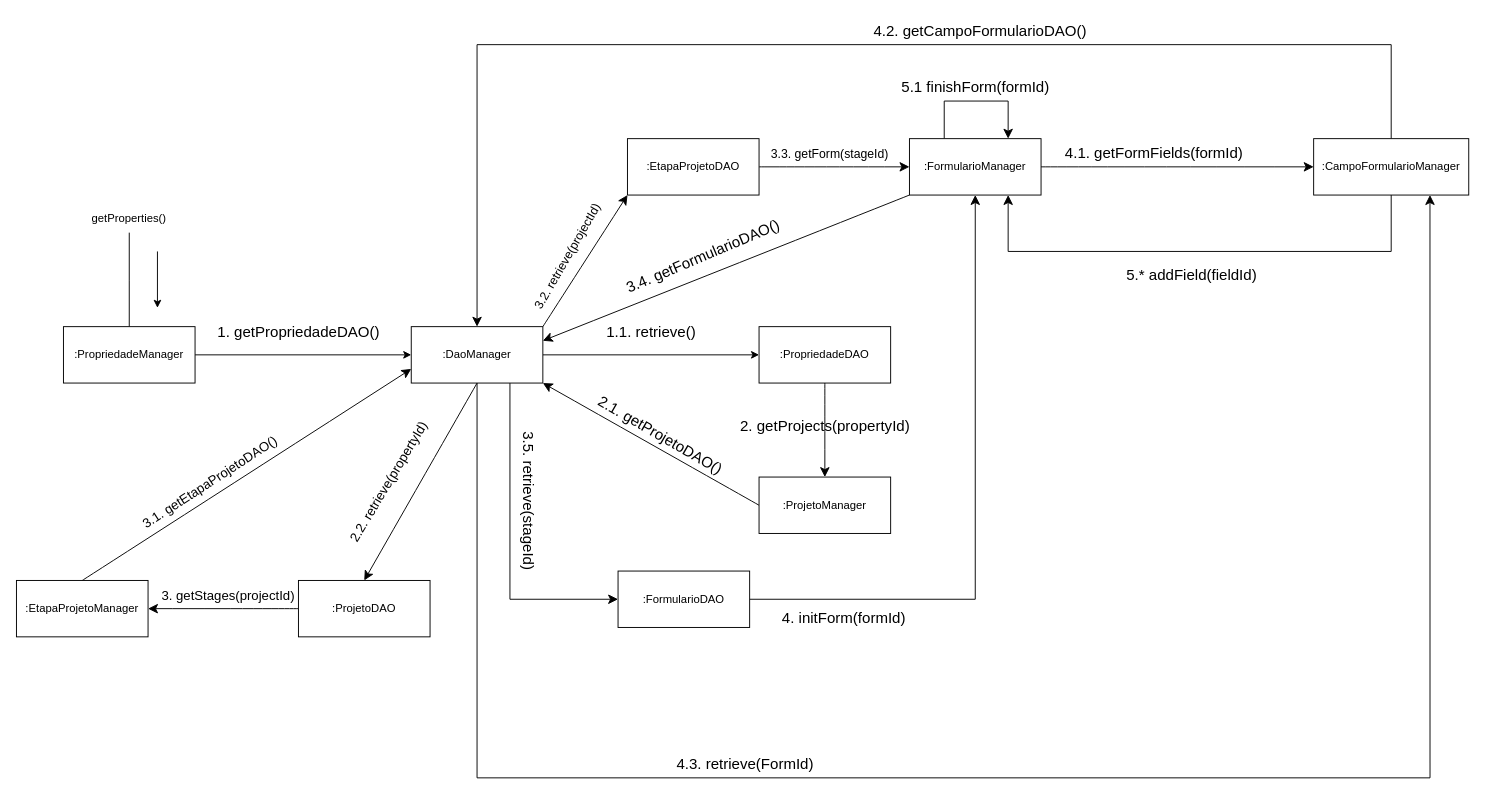
Before: Trabalho final/7 - DC/Ver Projetos.drawio in ViniciusKurek/CalculadoraAPS, a draw.io diagram. Source tidied: cells renumbered, new cells numbered last; positions are measured from the earlier drawing's top-left corner, leaving out a move shared by most shapes. Both pictures are drawn from the tidied source at 94%, with x=0, y=0 at pixel (16, 16).
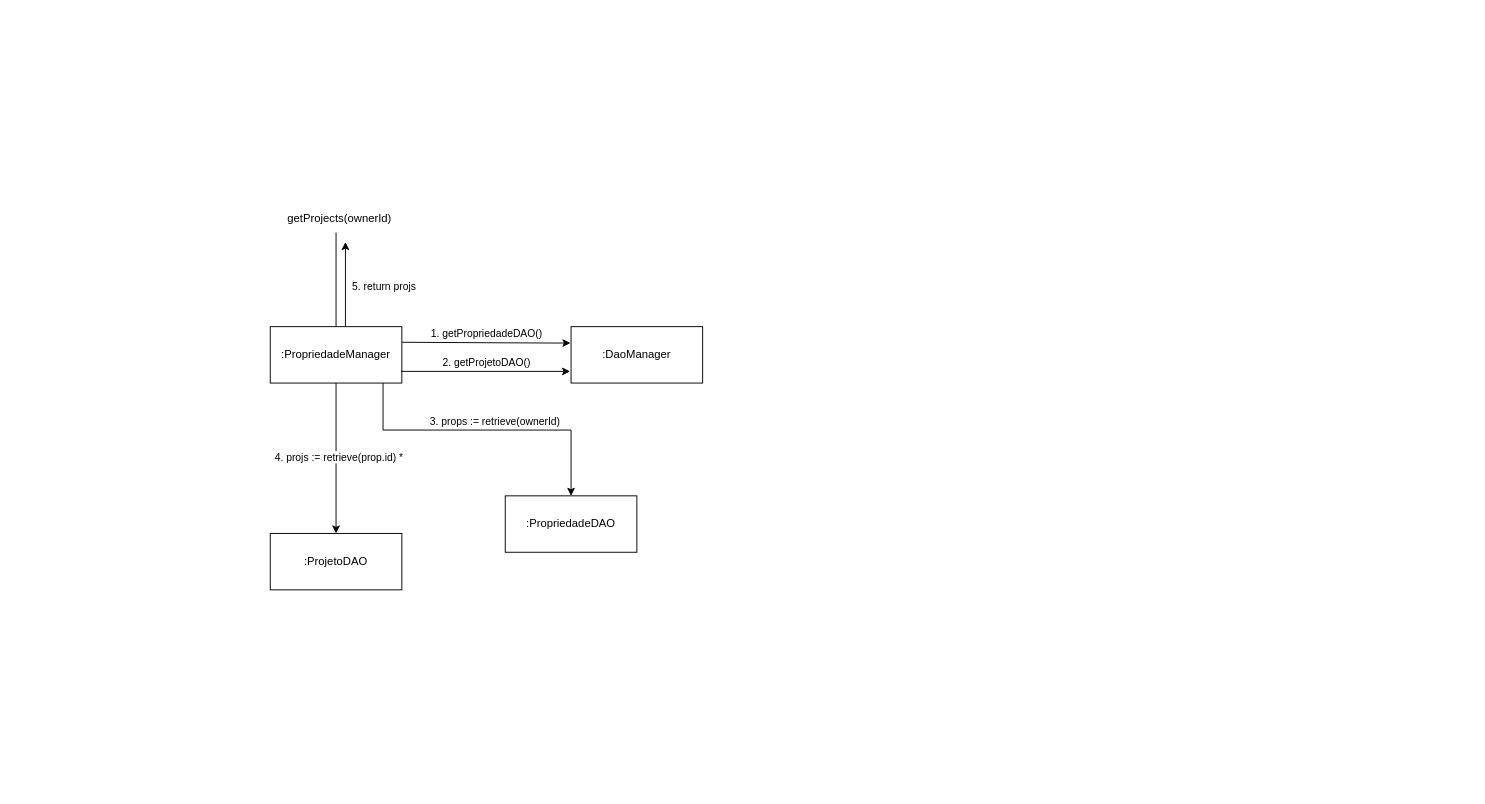
After the change.

Diff of the diagram source:
```diff
@@
     <mxCell id="2" style="edgeStyle=orthogonalEdgeStyle;rounded=0;jettySize=auto;html=1;exitX=0.5;exitY=0;exitDx=0;exitDy=0;endArrow=none;endFill=0;" parent="1" edge="1" source="4">
       <mxGeometry relative="1" as="geometry">
-        <mxPoint x="120" y="230" as="targetPoint" />
+        <mxPoint x="340" y="230" as="targetPoint" />
       </mxGeometry>
     </mxCell>
-    <mxCell id="3" style="edgeStyle=orthogonalEdgeStyle;rounded=0;jettySize=auto;html=1;exitX=1;exitY=0.5;exitDx=0;exitDy=0;entryX=0;entryY=0.5;entryDx=0;entryDy=0;" parent="1" edge="1" source="4" target="10">
-      <mxGeometry relative="1" as="geometry" />
-    </mxCell>
+    <mxCell id="49" style="edgeStyle=orthogonalEdgeStyle;rounded=0;orthogonalLoop=1;jettySize=auto;html=1;entryX=-0.004;entryY=0.183;entryDx=0;entryDy=0;entryPerimeter=0;" parent="1" edge="1">
+      <mxGeometry relative="1" as="geometry">
+        <mxPoint x="410" y="346.6" as="sourcePoint" />
+        <mxPoint x="589.4" y="347.5" as="targetPoint" />
+      </mxGeometry>
+    </mxCell>
+    <mxCell id="15" value="1. getPropriedadeDAO()" style="edgeLabel;html=1;align=center;verticalAlign=middle;" parent="49" vertex="1">
+      <mxGeometry x="-0.13" y="1" relative="1" as="geometry">
+        <mxPoint x="11" y="-9" as="offset" />
+      </mxGeometry>
+    </mxCell>
+    <mxCell id="50" style="edgeStyle=orthogonalEdgeStyle;rounded=0;jettySize=auto;html=1;" parent="1" edge="1" source="4" target="12">
+      <mxGeometry relative="1" as="geometry">
+        <Array as="points">
+          <mxPoint x="390" y="440" />
+          <mxPoint x="590" y="440" />
+        </Array>
+      </mxGeometry>
+    </mxCell>
+    <mxCell id="51" value="3. props := retrieve(ownerId)" style="edgeLabel;html=1;align=center;verticalAlign=middle;" parent="50" vertex="1">
+      <mxGeometry x="0.05" y="1" relative="1" as="geometry">
+        <mxPoint y="-9" as="offset" />
+      </mxGeometry>
+    </mxCell>
+    <mxCell id="52" style="edgeStyle=orthogonalEdgeStyle;rounded=0;jettySize=auto;html=1;" parent="1" edge="1" source="4" target="22">
+      <mxGeometry relative="1" as="geometry" />
+    </mxCell>
+    <mxCell id="53" value="4. projs := retrieve(prop.id) *" style="edgeLabel;html=1;align=center;verticalAlign=middle;" parent="52" vertex="1">
+      <mxGeometry x="-0.03" y="2" relative="1" as="geometry" />
+    </mxCell>
+    <mxCell id="54" style="edgeStyle=orthogonalEdgeStyle;rounded=0;orthogonalLoop=1;jettySize=auto;html=1;" parent="1" edge="1">
+      <mxGeometry relative="1" as="geometry">
+        <mxPoint x="350" y="330" as="sourcePoint" />
+        <mxPoint x="350" y="240" as="targetPoint" />
+      </mxGeometry>
+    </mxCell>
+    <mxCell id="55" value="5. return projs" style="edgeLabel;html=1;align=center;verticalAlign=middle;" parent="54" vertex="1">
+      <mxGeometry x="-0.04" relative="1" as="geometry">
+        <mxPoint x="40" as="offset" />
+      </mxGeometry>
+    </mxCell>
     <mxCell id="4" value=":PropriedadeManager" style="rounded=0;whiteSpace=wrap;html=1;" parent="1" vertex="1">
-      <mxGeometry x="50" y="330" width="140" height="60" as="geometry" />
+      <mxGeometry x="270" y="330" width="140" height="60" as="geometry" />
     </mxCell>
-    <mxCell id="5" style="edgeStyle=orthogonalEdgeStyle;rounded=0;jettySize=auto;html=1;exitX=1;exitY=0.5;exitDx=0;exitDy=0;entryX=0;entryY=0.5;entryDx=0;entryDy=0;" parent="1" edge="1" source="10" target="12">
-      <mxGeometry relative="1" as="geometry" />
-    </mxCell>
-    <mxCell id="6" style="edgeStyle=none;curved=1;rounded=0;jettySize=auto;html=1;exitX=0.5;exitY=1;exitDx=0;exitDy=0;fontSize=12;startSize=8;endSize=8;entryX=0.5;entryY=0;entryDx=0;entryDy=0;" parent="1" edge="1" source="10" target="22">
-      <mxGeometry relative="1" as="geometry" />
-    </mxCell>
-    <mxCell id="7" style="edgeStyle=none;curved=1;rounded=0;jettySize=auto;html=1;exitX=1;exitY=0;exitDx=0;exitDy=0;entryX=0;entryY=1;entryDx=0;entryDy=0;fontSize=12;startSize=8;endSize=8;" parent="1" edge="1" source="10" target="29">
-      <mxGeometry relative="1" as="geometry" />
-    </mxCell>
-    <mxCell id="8" style="edgeStyle=orthogonalEdgeStyle;rounded=0;jettySize=auto;html=1;exitX=0.75;exitY=1;exitDx=0;exitDy=0;fontSize=12;startSize=8;endSize=8;entryX=0;entryY=0.5;entryDx=0;entryDy=0;" parent="1" edge="1" source="10" target="38">
-      <mxGeometry relative="1" as="geometry" />
-    </mxCell>
-    <mxCell id="9" style="edgeStyle=orthogonalEdgeStyle;rounded=0;jettySize=auto;html=1;exitX=0.5;exitY=1;exitDx=0;exitDy=0;fontSize=12;startSize=8;endSize=8;entryX=0.75;entryY=1;entryDx=0;entryDy=0;" parent="1" edge="1" source="10" target="42">
-      <mxGeometry relative="1" as="geometry">
-        <Array as="points">
-          <mxPoint x="490" y="810" />
-          <mxPoint x="1504" y="810" />
-        </Array>
-      </mxGeometry>
-    </mxCell>
+    <mxCell id="13" value="getProjects(ownerId)" style="text;html=1;strokeColor=none;fillColor=none;align=center;verticalAlign=middle;whiteSpace=wrap;rounded=0;" parent="1" vertex="1">
+      <mxGeometry x="274" y="200" width="140" height="30" as="geometry" />
+    </mxCell>
     <mxCell id="10" value=":DaoManager" style="rounded=0;whiteSpace=wrap;html=1;" parent="1" vertex="1">
-      <mxGeometry x="420" y="330" width="140" height="60" as="geometry" />
+      <mxGeometry x="590" y="330" width="140" height="60" as="geometry" />
     </mxCell>
-    <mxCell id="11" style="edgeStyle=none;curved=1;rounded=0;jettySize=auto;html=1;exitX=0.5;exitY=1;exitDx=0;exitDy=0;entryX=0.5;entryY=0;entryDx=0;entryDy=0;fontSize=12;startSize=8;endSize=8;" parent="1" edge="1" source="12" target="18">
-      <mxGeometry relative="1" as="geometry" />
-    </mxCell>
+    <mxCell id="56" style="edgeStyle=orthogonalEdgeStyle;rounded=0;orthogonalLoop=1;jettySize=auto;html=1;entryX=-0.004;entryY=0.183;entryDx=0;entryDy=0;entryPerimeter=0;" parent="1" edge="1">
+      <mxGeometry relative="1" as="geometry">
+        <mxPoint x="410" y="376.6" as="sourcePoint" />
+        <mxPoint x="589" y="377.6" as="targetPoint" />
+        <Array as="points">
+          <mxPoint x="410" y="377.6" />
+        </Array>
+      </mxGeometry>
+    </mxCell>
+    <mxCell id="57" value="2. getProjetoDAO()" style="edgeLabel;html=1;align=center;verticalAlign=middle;" parent="56" vertex="1">
+      <mxGeometry x="-0.13" y="1" relative="1" as="geometry">
+        <mxPoint x="12" y="-9" as="offset" />
+      </mxGeometry>
+    </mxCell>
     <mxCell id="12" value=":PropriedadeDAO" style="rounded=0;whiteSpace=wrap;html=1;" parent="1" vertex="1">
-      <mxGeometry x="790" y="330" width="140" height="60" as="geometry" />
+      <mxGeometry x="520" y="510" width="140" height="60" as="geometry" />
     </mxCell>
-    <mxCell id="13" value="getProperties()" style="text;html=1;strokeColor=none;fillColor=none;align=center;verticalAlign=middle;whiteSpace=wrap;rounded=0;" parent="1" vertex="1">
-      <mxGeometry x="50" y="200" width="140" height="30" as="geometry" />
-    </mxCell>
-    <mxCell id="14" style="endArrow=classic;html=1;rounded=0;" parent="1" edge="1">
-      <mxGeometry relative="1" as="geometry">
-        <mxPoint x="150" y="250" as="sourcePoint" />
-        <mxPoint x="150" y="310" as="targetPoint" />
-      </mxGeometry>
-    </mxCell>
-    <mxCell id="15" value="1. getPropriedadeDAO()" style="text;html=1;align=center;verticalAlign=middle;strokeColor=none;fillColor=none;fontSize=16;" parent="1" vertex="1">
-      <mxGeometry x="200" y="320" width="200" height="30" as="geometry" />
-    </mxCell>
-    <mxCell id="16" value="1.1. retrieve()" style="text;html=1;align=center;verticalAlign=middle;strokeColor=none;fillColor=none;fontSize=16;" parent="1" vertex="1">
-      <mxGeometry x="615" y="320" width="120" height="30" as="geometry" />
-    </mxCell>
-    <mxCell id="17" style="edgeStyle=none;curved=1;rounded=0;jettySize=auto;html=1;exitX=0;exitY=0.5;exitDx=0;exitDy=0;fontSize=12;startSize=8;endSize=8;entryX=1;entryY=1;entryDx=0;entryDy=0;" parent="1" edge="1" source="18" target="10">
-      <mxGeometry relative="1" as="geometry" />
-    </mxCell>
-    <mxCell id="18" value=":ProjetoManager" style="rounded=0;whiteSpace=wrap;html=1;" parent="1" vertex="1">
-      <mxGeometry x="790" y="490" width="140" height="60" as="geometry" />
-    </mxCell>
-    <mxCell id="19" value="2. getProjects(propertyId)" style="text;html=1;align=center;verticalAlign=middle;strokeColor=none;fillColor=none;fontSize=16;" parent="1" vertex="1">
-      <mxGeometry x="760" y="420" width="200" height="30" as="geometry" />
-    </mxCell>
-    <mxCell id="20" value="2.1. getProjetoDAO()" style="text;html=1;align=center;verticalAlign=middle;strokeColor=none;fillColor=none;fontSize=16;rotation=30;" parent="1" vertex="1">
-      <mxGeometry x="600" y="430" width="170" height="30" as="geometry" />
-    </mxCell>
-    <mxCell id="21" style="edgeStyle=none;curved=1;rounded=0;jettySize=auto;html=1;exitX=0;exitY=0.5;exitDx=0;exitDy=0;entryX=1;entryY=0.5;entryDx=0;entryDy=0;fontSize=12;startSize=8;endSize=8;" parent="1" edge="1" source="22" target="25">
-      <mxGeometry relative="1" as="geometry" />
-    </mxCell>
     <mxCell id="22" value=":ProjetoDAO" style="rounded=0;whiteSpace=wrap;html=1;" parent="1" vertex="1">
-      <mxGeometry x="300" y="600" width="140" height="60" as="geometry" />
+      <mxGeometry x="270" y="550" width="140" height="60" as="geometry" />
     </mxCell>
-    <mxCell id="23" value="&lt;font style=&quot;font-size: 14px;&quot;&gt;2.2. retrieve(propertyId)&lt;/font&gt;" style="text;html=1;align=center;verticalAlign=middle;strokeColor=none;fillColor=none;fontSize=16;rotation=-59;" parent="1" vertex="1">
-      <mxGeometry x="310" y="480" width="170" height="30" as="geometry" />
-    </mxCell>
-    <mxCell id="24" style="edgeStyle=none;curved=1;rounded=0;jettySize=auto;html=1;exitX=0.5;exitY=0;exitDx=0;exitDy=0;entryX=0;entryY=0.75;entryDx=0;entryDy=0;fontSize=12;startSize=8;endSize=8;" parent="1" edge="1" source="25" target="10">
-      <mxGeometry relative="1" as="geometry" />
-    </mxCell>
-    <mxCell id="25" value=":EtapaProjetoManager" style="rounded=0;whiteSpace=wrap;html=1;" parent="1" vertex="1">
-      <mxGeometry y="600" width="140" height="60" as="geometry" />
-    </mxCell>
-    <mxCell id="26" value="&lt;font style=&quot;font-size: 14px;&quot;&gt;3. getStages(projectId)&lt;/font&gt;" style="text;html=1;align=center;verticalAlign=middle;strokeColor=none;fillColor=none;fontSize=16;" parent="1" vertex="1">
-      <mxGeometry x="140" y="600" width="170" height="30" as="geometry" />
-    </mxCell>
-    <mxCell id="27" value="&lt;font style=&quot;font-size: 14px;&quot;&gt;3.1. getEtapaProjetoDAO()&lt;/font&gt;" style="text;html=1;align=center;verticalAlign=middle;strokeColor=none;fillColor=none;fontSize=16;rotation=-33;" parent="1" vertex="1">
-      <mxGeometry x="110" y="480" width="190" height="30" as="geometry" />
-    </mxCell>
-    <mxCell id="28" style="edgeStyle=none;curved=1;rounded=0;jettySize=auto;html=1;exitX=1;exitY=0.5;exitDx=0;exitDy=0;fontSize=12;startSize=8;endSize=8;" parent="1" edge="1" source="29">
-      <mxGeometry relative="1" as="geometry">
-        <mxPoint x="950" y="160" as="targetPoint" />
-      </mxGeometry>
-    </mxCell>
-    <mxCell id="29" value=":EtapaProjetoDAO" style="rounded=0;whiteSpace=wrap;html=1;" parent="1" vertex="1">
-      <mxGeometry x="650" y="130" width="140" height="60" as="geometry" />
-    </mxCell>
-    <mxCell id="30" value="&lt;font style=&quot;font-size: 13px;&quot;&gt;3.2. retrieve(projectId)&lt;/font&gt;" style="text;html=1;align=center;verticalAlign=middle;strokeColor=none;fillColor=none;fontSize=16;rotation=-60;" parent="1" vertex="1">
-      <mxGeometry x="510" y="240" width="150" height="30" as="geometry" />
-    </mxCell>
-    <mxCell id="31" style="edgeStyle=none;curved=1;rounded=0;jettySize=auto;html=1;exitX=0;exitY=1;exitDx=0;exitDy=0;entryX=1;entryY=0.25;entryDx=0;entryDy=0;fontSize=12;startSize=8;endSize=8;" parent="1" edge="1" source="34" target="10">
-      <mxGeometry relative="1" as="geometry" />
-    </mxCell>
-    <mxCell id="32" style="edgeStyle=none;curved=1;rounded=0;jettySize=auto;html=1;exitX=1;exitY=0.5;exitDx=0;exitDy=0;entryX=0;entryY=0.5;entryDx=0;entryDy=0;fontSize=12;startSize=8;endSize=8;" parent="1" edge="1" source="34" target="42">
-      <mxGeometry relative="1" as="geometry" />
-    </mxCell>
-    <mxCell id="33" style="edgeStyle=orthogonalEdgeStyle;rounded=0;jettySize=auto;html=1;exitX=0.25;exitY=0;exitDx=0;exitDy=0;fontSize=12;startSize=8;endSize=8;entryX=0.75;entryY=0;entryDx=0;entryDy=0;" parent="1" edge="1" target="34">
-      <mxGeometry relative="1" as="geometry">
-        <mxPoint x="987" y="130" as="sourcePoint" />
-        <Array as="points">
-          <mxPoint x="987" y="90" />
-          <mxPoint x="1055" y="90" />
-        </Array>
-      </mxGeometry>
-    </mxCell>
-    <mxCell id="34" value=":FormularioManager" style="rounded=0;whiteSpace=wrap;html=1;" parent="1" vertex="1">
-      <mxGeometry x="950" y="130" width="140" height="60" as="geometry" />
-    </mxCell>
-    <mxCell id="35" value="&lt;font style=&quot;font-size: 13px;&quot;&gt;3.3. getForm(stageId)&lt;/font&gt;" style="text;html=1;align=center;verticalAlign=middle;strokeColor=none;fillColor=none;fontSize=16;rotation=0;" parent="1" vertex="1">
-      <mxGeometry x="790" y="130" width="150" height="30" as="geometry" />
-    </mxCell>
-    <mxCell id="36" value="3.4. getFormularioDAO()" style="text;html=1;align=center;verticalAlign=middle;strokeColor=none;fillColor=none;fontSize=16;rotation=-23;" parent="1" vertex="1">
-      <mxGeometry x="630" y="240" width="200" height="30" as="geometry" />
-    </mxCell>
-    <mxCell id="37" style="edgeStyle=orthogonalEdgeStyle;rounded=0;jettySize=auto;html=1;exitX=1;exitY=0.5;exitDx=0;exitDy=0;fontSize=12;startSize=8;endSize=8;entryX=0.5;entryY=1;entryDx=0;entryDy=0;" parent="1" edge="1" source="38" target="34">
-      <mxGeometry relative="1" as="geometry" />
-    </mxCell>
-    <mxCell id="38" value=":FormularioDAO" style="rounded=0;whiteSpace=wrap;html=1;" parent="1" vertex="1">
-      <mxGeometry x="640" y="590" width="140" height="60" as="geometry" />
-    </mxCell>
-    <mxCell id="39" value="3.5. retrieve(stageId)" style="text;html=1;align=center;verticalAlign=middle;strokeColor=none;fillColor=none;fontSize=16;rotation=90;" parent="1" vertex="1">
-      <mxGeometry x="460" y="500" width="170" height="30" as="geometry" />
-    </mxCell>
-    <mxCell id="40" value="4. initForm(formId)" style="text;html=1;align=center;verticalAlign=middle;strokeColor=none;fillColor=none;fontSize=16;" parent="1" vertex="1">
-      <mxGeometry x="800" y="625" width="160" height="30" as="geometry" />
-    </mxCell>
-    <mxCell id="41" style="edgeStyle=orthogonalEdgeStyle;rounded=0;jettySize=auto;html=1;exitX=0.5;exitY=0;exitDx=0;exitDy=0;fontSize=12;startSize=8;endSize=8;entryX=0.5;entryY=0;entryDx=0;entryDy=0;" parent="1" edge="1" source="42" target="10">
-      <mxGeometry relative="1" as="geometry">
-        <Array as="points">
-          <mxPoint x="1462" y="30" />
-          <mxPoint x="490" y="30" />
-        </Array>
-      </mxGeometry>
-    </mxCell>
-    <mxCell id="42" value=":CampoFormularioManager" style="rounded=0;whiteSpace=wrap;html=1;" parent="1" vertex="1">
-      <mxGeometry x="1380" y="130" width="165" height="60" as="geometry" />
-    </mxCell>
-    <mxCell id="43" value="4.1. getFormFields(formId)" style="text;html=1;align=center;verticalAlign=middle;strokeColor=none;fillColor=none;fontSize=16;" parent="1" vertex="1">
-      <mxGeometry x="1105" y="130" width="210" height="30" as="geometry" />
-    </mxCell>
-    <mxCell id="44" value="4.2. getCampoFormularioDAO()" style="text;html=1;align=center;verticalAlign=middle;strokeColor=none;fillColor=none;fontSize=16;" parent="1" vertex="1">
-      <mxGeometry x="900" width="250" height="30" as="geometry" />
-    </mxCell>
-    <mxCell id="45" style="edgeStyle=orthogonalEdgeStyle;rounded=0;jettySize=auto;html=1;entryX=0.75;entryY=1;entryDx=0;entryDy=0;fontSize=12;startSize=8;endSize=8;exitX=0.5;exitY=1;exitDx=0;exitDy=0;" parent="1" edge="1" source="42" target="34">
-      <mxGeometry relative="1" as="geometry">
-        <Array as="points">
-          <mxPoint x="1462" y="250" />
-          <mxPoint x="1055" y="250" />
-        </Array>
-      </mxGeometry>
-    </mxCell>
-    <mxCell id="46" value="4.3. retrieve(FormId)" style="text;html=1;align=center;verticalAlign=middle;strokeColor=none;fillColor=none;fontSize=16;" parent="1" vertex="1">
-      <mxGeometry x="690" y="780" width="170" height="30" as="geometry" />
-    </mxCell>
-    <mxCell id="47" value="5.* addField(fieldId)" style="text;html=1;align=center;verticalAlign=middle;strokeColor=none;fillColor=none;fontSize=16;" parent="1" vertex="1">
-      <mxGeometry x="1170" y="260" width="160" height="30" as="geometry" />
-    </mxCell>
-    <mxCell id="48" value="5.1 finishForm(formId)" style="text;html=1;align=center;verticalAlign=middle;strokeColor=none;fillColor=none;fontSize=16;" parent="1" vertex="1">
-      <mxGeometry x="930" y="60" width="180" height="30" as="geometry" />
-    </mxCell>
```
